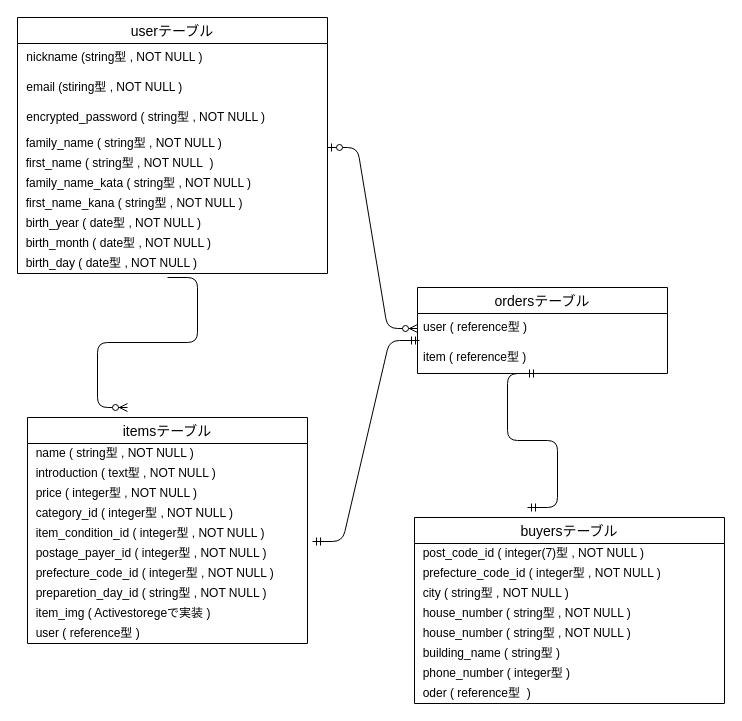
keishimatoba/furima-32085 keeps this draw.io diagram as er.dio. Above is the earlier version. Source tidied: cells renumbered, new cells numbered last; positions are measured from the earlier drawing's top-left corner, leaving out a move shared by most shapes. Both pictures are drawn from the tidied source at 100%, with x=0, y=0 at pixel (17, 17).
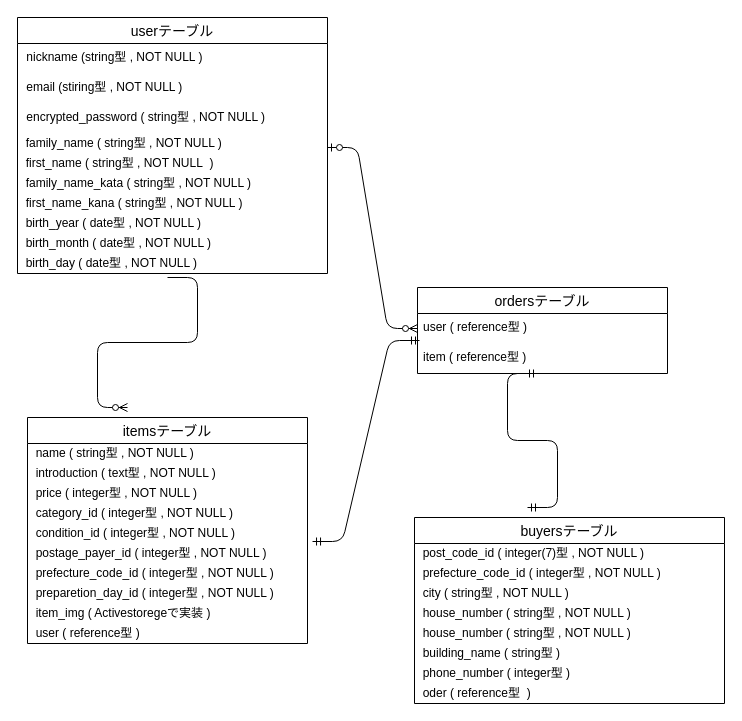
The same page after the edit.

The change refers to these unchanged cells:
```xml
<mxCell id="13" value="itemsテーブル" style="swimlane;fontStyle=0;horizontal=1;startSize=26;align=center;fontSize=14;" parent="1" vertex="1">
  <mxGeometry x="10" y="400" width="280" height="226" as="geometry" />
</mxCell>
```

Diff of the diagram source:
```diff
@@
-    <mxCell id="18" value="&amp;nbsp; item_condition_id ( integer型 , NOT NULL )" style="text;html=1;align=left;verticalAlign=middle;fillColor=none;strokeColor=none;rounded=0;" parent="13" vertex="1">
+    <mxCell id="18" value="&amp;nbsp; condition_id ( integer型 , NOT NULL )" style="text;html=1;align=left;verticalAlign=middle;fillColor=none;strokeColor=none;rounded=0;" parent="13" vertex="1">
       <mxGeometry y="106" width="280" height="20" as="geometry" />
     </mxCell>
@@
-    <mxCell id="21" value="&amp;nbsp; preparetion_day_id ( string型 , NOT NULL )" style="text;html=1;align=left;verticalAlign=middle;fillColor=none;strokeColor=none;rounded=0;" parent="13" vertex="1">
+    <mxCell id="21" value="&amp;nbsp; preparetion_day_id ( integer型 , NOT NULL )" style="text;html=1;align=left;verticalAlign=middle;fillColor=none;strokeColor=none;rounded=0;" parent="13" vertex="1">
       <mxGeometry y="166" width="280" height="20" as="geometry" />
     </mxCell>
```
